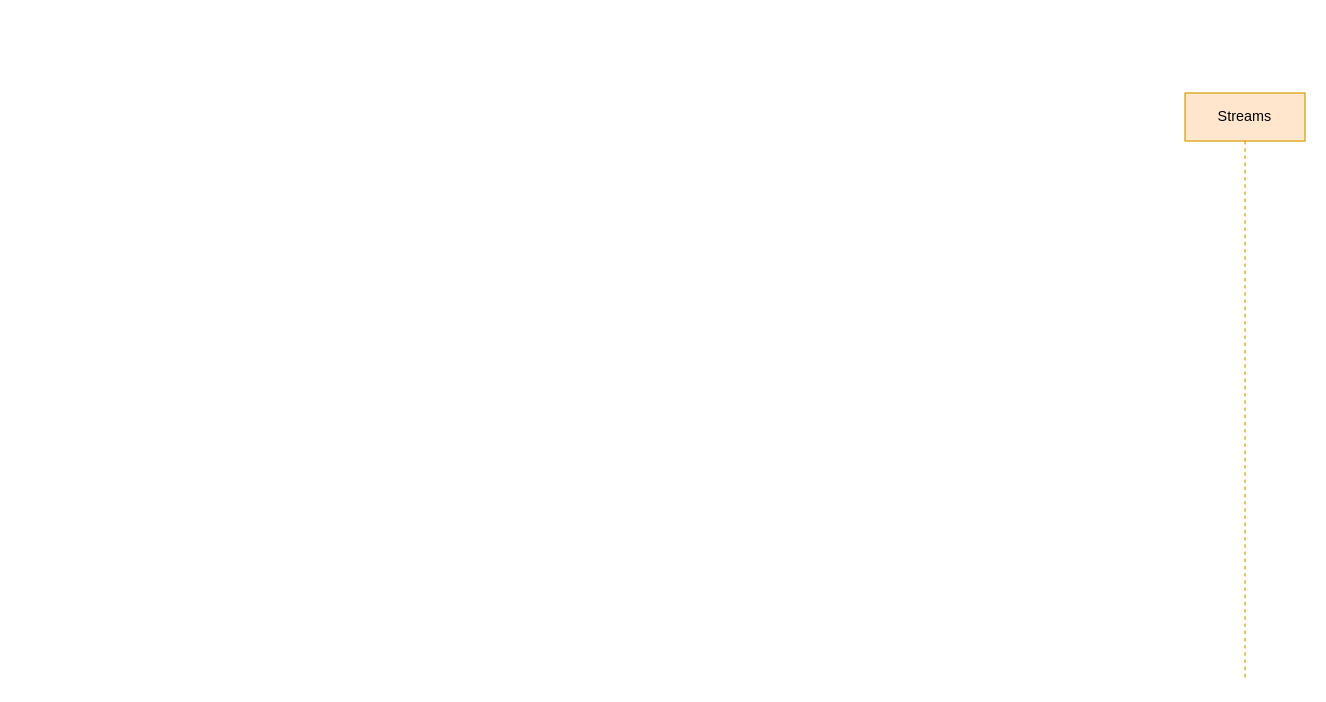
Before: streams.drawio in kanchantewary/CloudPakForData, a draw.io diagram. Source tidied: cells renumbered, new cells numbered last; positions are measured from the earlier drawing's top-left corner, leaving out a move shared by most shapes. Both pictures are drawn from the tidied source at 120%, with x=0, y=0 at pixel (1184, 92).
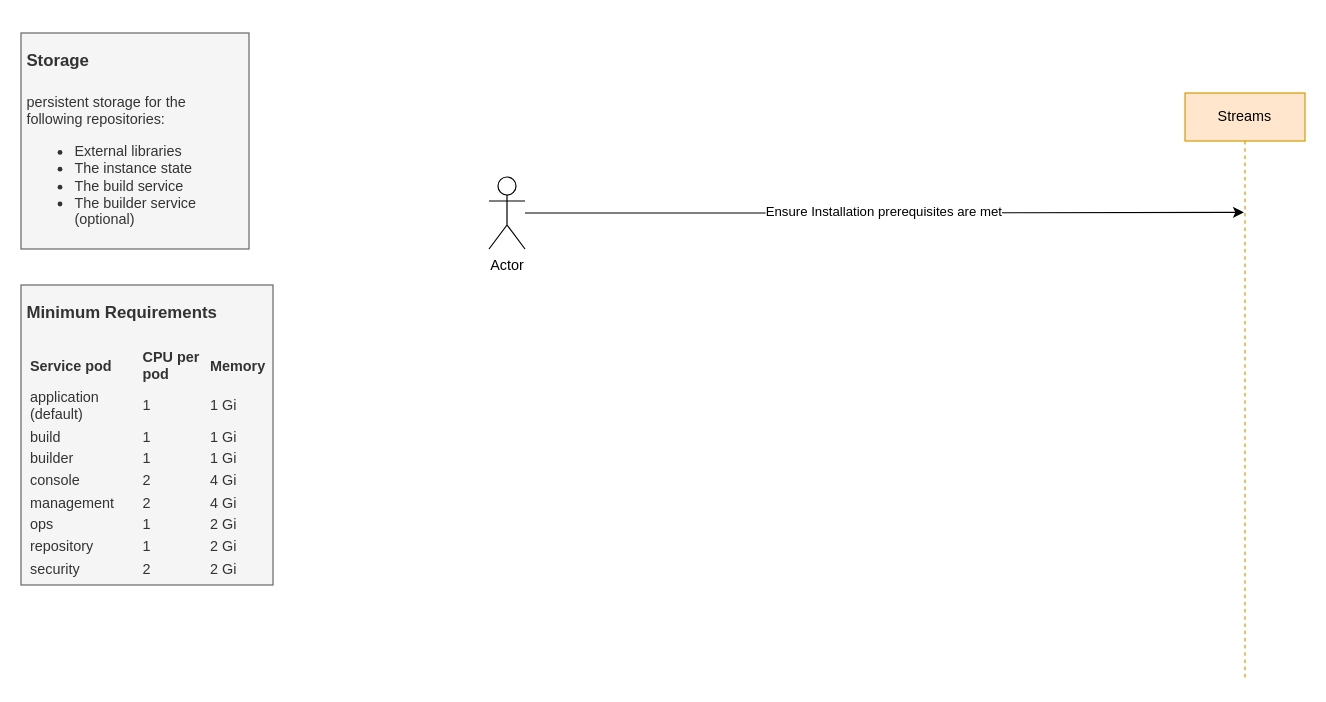
Above is the later version.

What changed in the source:
```diff
@@
 <mxGraphModel>
   <root>
     <mxCell id="0" />
     <mxCell id="1" parent="0" />
     <mxCell id="2" value="Streams" style="shape=umlLifeline;perimeter=lifelinePerimeter;whiteSpace=wrap;html=1;outlineConnect=0;fillColor=#ffe6cc;strokeColor=#d79b00;" parent="1" vertex="1">
       <mxGeometry width="100" height="490" as="geometry" />
     </mxCell>
+    <mxCell id="3" value="Ensure Installation prerequisites are met" style="edgeStyle=orthogonalEdgeStyle;rounded=0;jettySize=auto;html=1;entryX=0.49;entryY=0.203;entryDx=0;entryDy=0;entryPerimeter=0;" parent="1" edge="1" source="4" target="2">
+      <mxGeometry relative="1" as="geometry" />
+    </mxCell>
+    <mxCell id="4" value="Actor" style="shape=umlActor;verticalLabelPosition=bottom;verticalAlign=top;html=1;outlineConnect=0;" parent="1" vertex="1">
+      <mxGeometry x="-580" y="70" width="30" height="60" as="geometry" />
+    </mxCell>
+    <mxCell id="5" value="&lt;h1&gt;&lt;font style=&quot;font-size: 14px&quot;&gt;Storage&lt;/font&gt;&lt;/h1&gt;&lt;p&gt;persistent storage for the following repositories:&lt;/p&gt;&lt;ul class=&quot;ibm-colored-list ibm-textcolor-gray-80&quot;&gt;&lt;li&gt;External libraries&lt;/li&gt;&lt;li&gt;The instance state&lt;/li&gt;&lt;li&gt;The build service&lt;/li&gt;&lt;li&gt;The builder service (optional)&amp;nbsp;&lt;/li&gt;&lt;/ul&gt;" style="text;html=1;strokeColor=#666666;fillColor=#f5f5f5;spacing=5;spacingTop=-20;whiteSpace=wrap;overflow=hidden;rounded=0;fontColor=#333333;" parent="1" vertex="1">
+      <mxGeometry x="-970" y="-50" width="190" height="180" as="geometry" />
+    </mxCell>
+    <mxCell id="6" value="&lt;h1&gt;&lt;font style=&quot;font-size: 14px&quot;&gt;Minimum Requirements&lt;/font&gt;&lt;/h1&gt;&lt;table summary=&quot;The following table describes the minimum resource requirements to provision a Streams service instance, including the minimum CPU and memory needed for each Streams service pod.&quot; id=&quot;prereqs__table_jpk_rnf_rhb&quot; class=&quot;defaultstyle ibm-grid&quot;&gt;&lt;thead&gt;&lt;tr&gt;&lt;th id=&quot;d177996e195&quot;&gt;Service pod&lt;/th&gt;&lt;th id=&quot;d177996e198&quot;&gt;CPU per pod&lt;/th&gt;&lt;th id=&quot;d177996e203&quot;&gt;Memory&lt;/th&gt;&lt;/tr&gt;&lt;/thead&gt;&lt;tbody&gt;&lt;tr&gt;&lt;td headers=&quot;d177996e195 &quot;&gt;application (default)&lt;/td&gt;&lt;td headers=&quot;d177996e198 &quot;&gt;1&amp;nbsp;&lt;/td&gt;&lt;td headers=&quot;d177996e203 &quot;&gt;1 Gi&lt;/td&gt;&lt;/tr&gt;&lt;tr&gt;&lt;td headers=&quot;d177996e195 &quot;&gt;build &lt;/td&gt;&lt;td headers=&quot;d177996e198 &quot;&gt;1&amp;nbsp;&lt;/td&gt;&lt;td headers=&quot;d177996e203 &quot;&gt;1 Gi&amp;nbsp;&lt;/td&gt;&lt;/tr&gt;&lt;tr&gt;&lt;td headers=&quot;d177996e195 &quot;&gt;builder&amp;nbsp;&lt;/td&gt;&lt;td headers=&quot;d177996e198 &quot;&gt;1&amp;nbsp;&lt;/td&gt;&lt;td headers=&quot;d177996e203 &quot;&gt;1 Gi&amp;nbsp;&lt;/td&gt;&lt;/tr&gt;&lt;tr&gt;&lt;td headers=&quot;d177996e195 &quot;&gt;console&lt;/td&gt;&lt;td headers=&quot;d177996e198 &quot;&gt;2&amp;nbsp;&lt;/td&gt;&lt;td headers=&quot;d177996e203 &quot;&gt;4 Gi&lt;/td&gt;&lt;/tr&gt;&lt;tr&gt;&lt;td headers=&quot;d177996e195 &quot;&gt;management&lt;/td&gt;&lt;td headers=&quot;d177996e198 &quot;&gt;2&amp;nbsp;&lt;/td&gt;&lt;td headers=&quot;d177996e203 &quot;&gt;4 Gi&lt;/td&gt;&lt;/tr&gt;&lt;tr&gt;&lt;td headers=&quot;d177996e195 &quot;&gt;ops&lt;/td&gt;&lt;td headers=&quot;d177996e198 &quot;&gt; 1&lt;/td&gt;&lt;td headers=&quot;d177996e203 &quot;&gt;2 Gi&lt;/td&gt;&lt;/tr&gt;&lt;tr&gt;&lt;td headers=&quot;d177996e195 &quot;&gt;repository&lt;/td&gt;&lt;td headers=&quot;d177996e198 &quot;&gt;1&lt;/td&gt;&lt;td headers=&quot;d177996e203 &quot;&gt;2 Gi&lt;/td&gt;&lt;/tr&gt;&lt;tr&gt;&lt;td headers=&quot;d177996e195 &quot;&gt;security&lt;/td&gt;&lt;td headers=&quot;d177996e198 &quot;&gt;2&lt;/td&gt;&lt;td headers=&quot;d177996e203 &quot;&gt;2 Gi&lt;/td&gt;&lt;/tr&gt;&lt;/tbody&gt;&lt;/table&gt;" style="text;html=1;strokeColor=#666666;fillColor=#f5f5f5;spacing=5;spacingTop=-20;whiteSpace=wrap;overflow=hidden;rounded=0;fontColor=#333333;" parent="1" vertex="1">
+      <mxGeometry x="-970" y="160" width="210" height="250" as="geometry" />
+    </mxCell>
   </root>
 </mxGraphModel>
```
